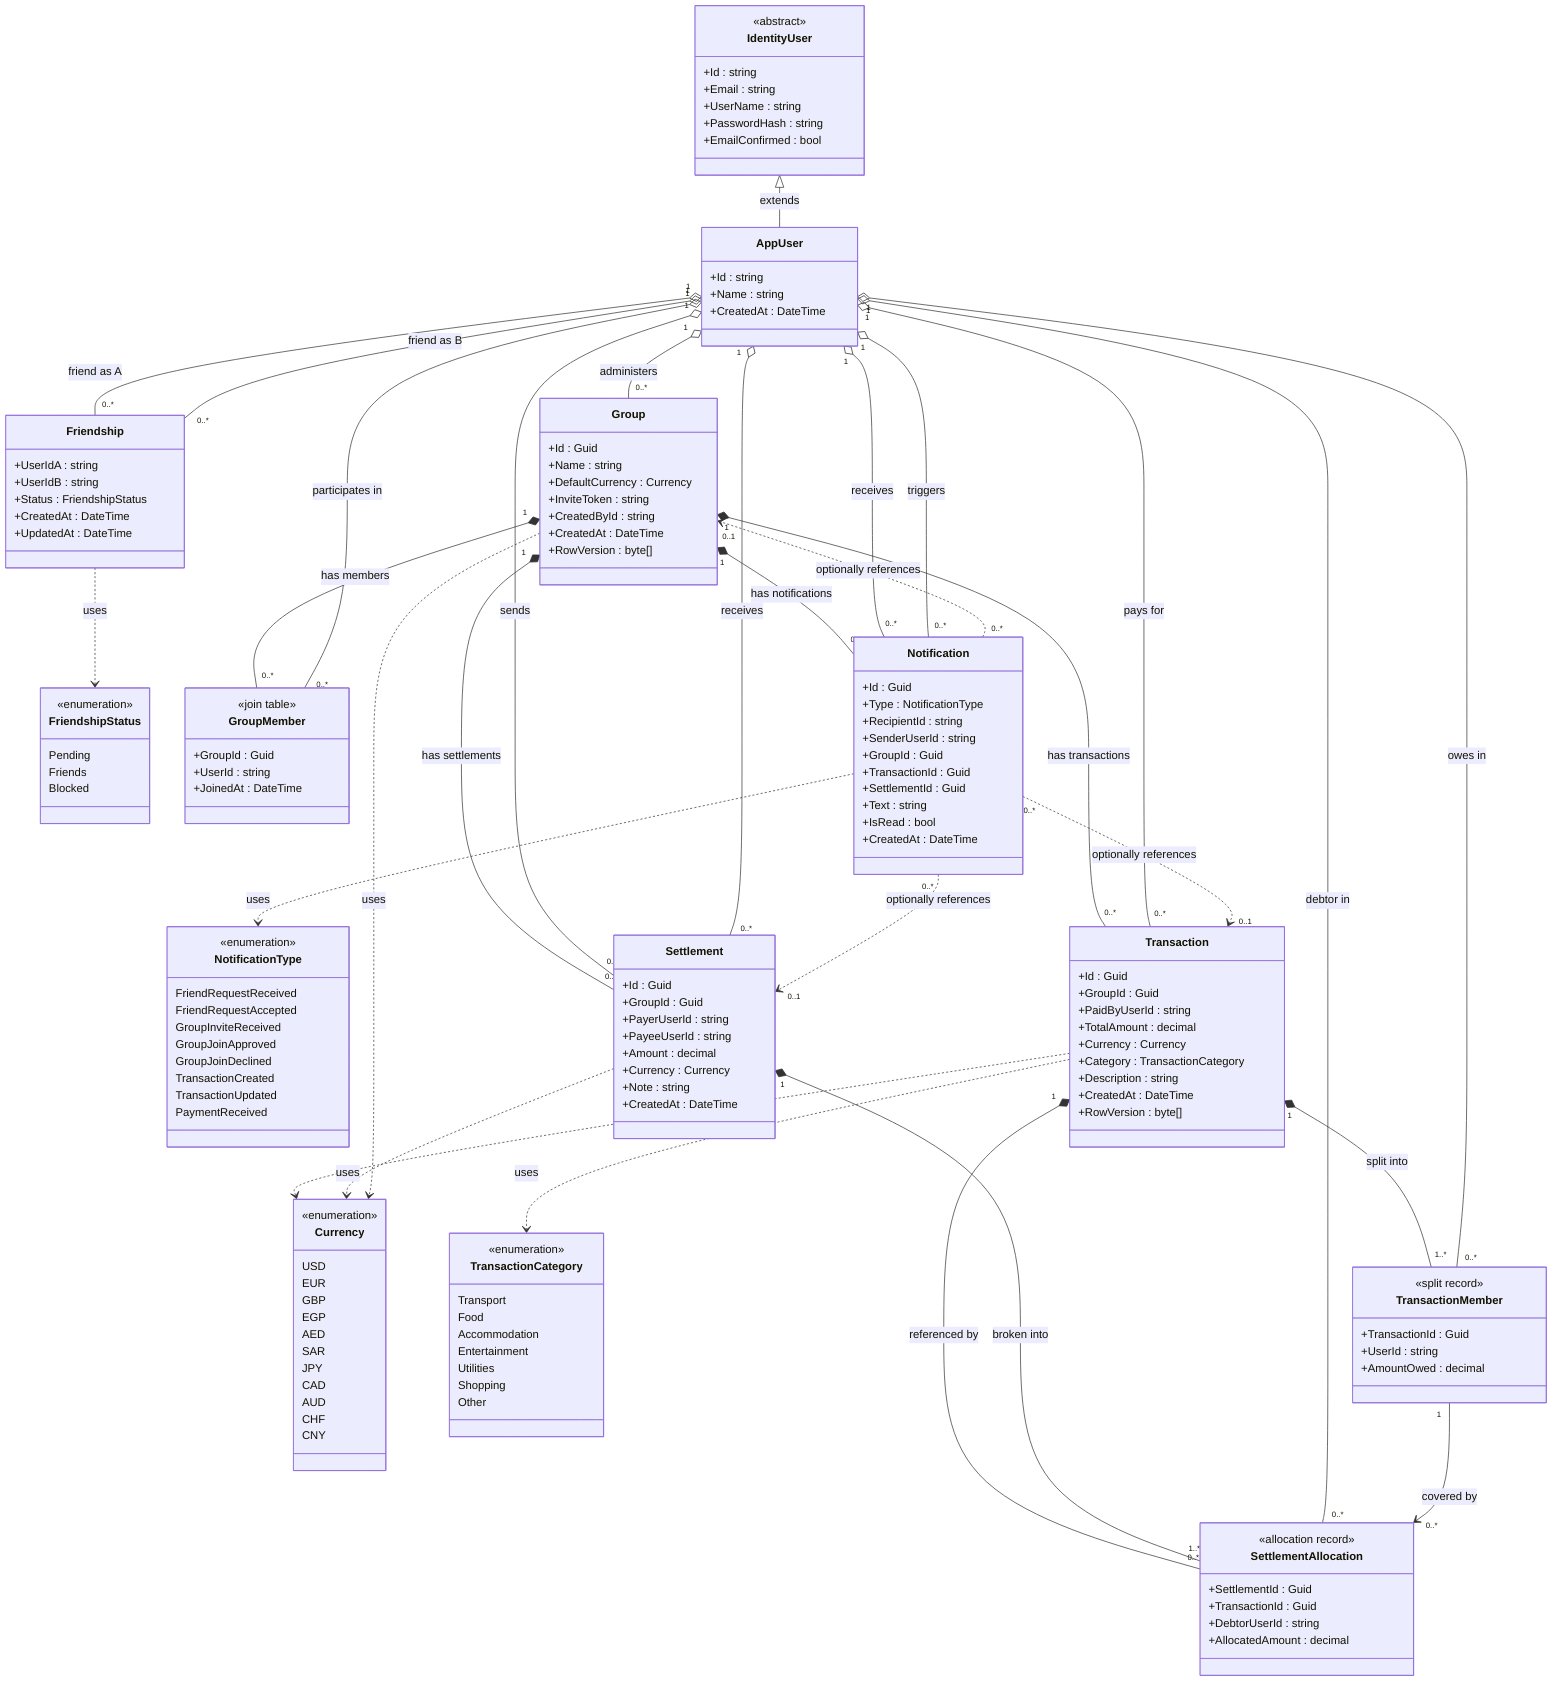
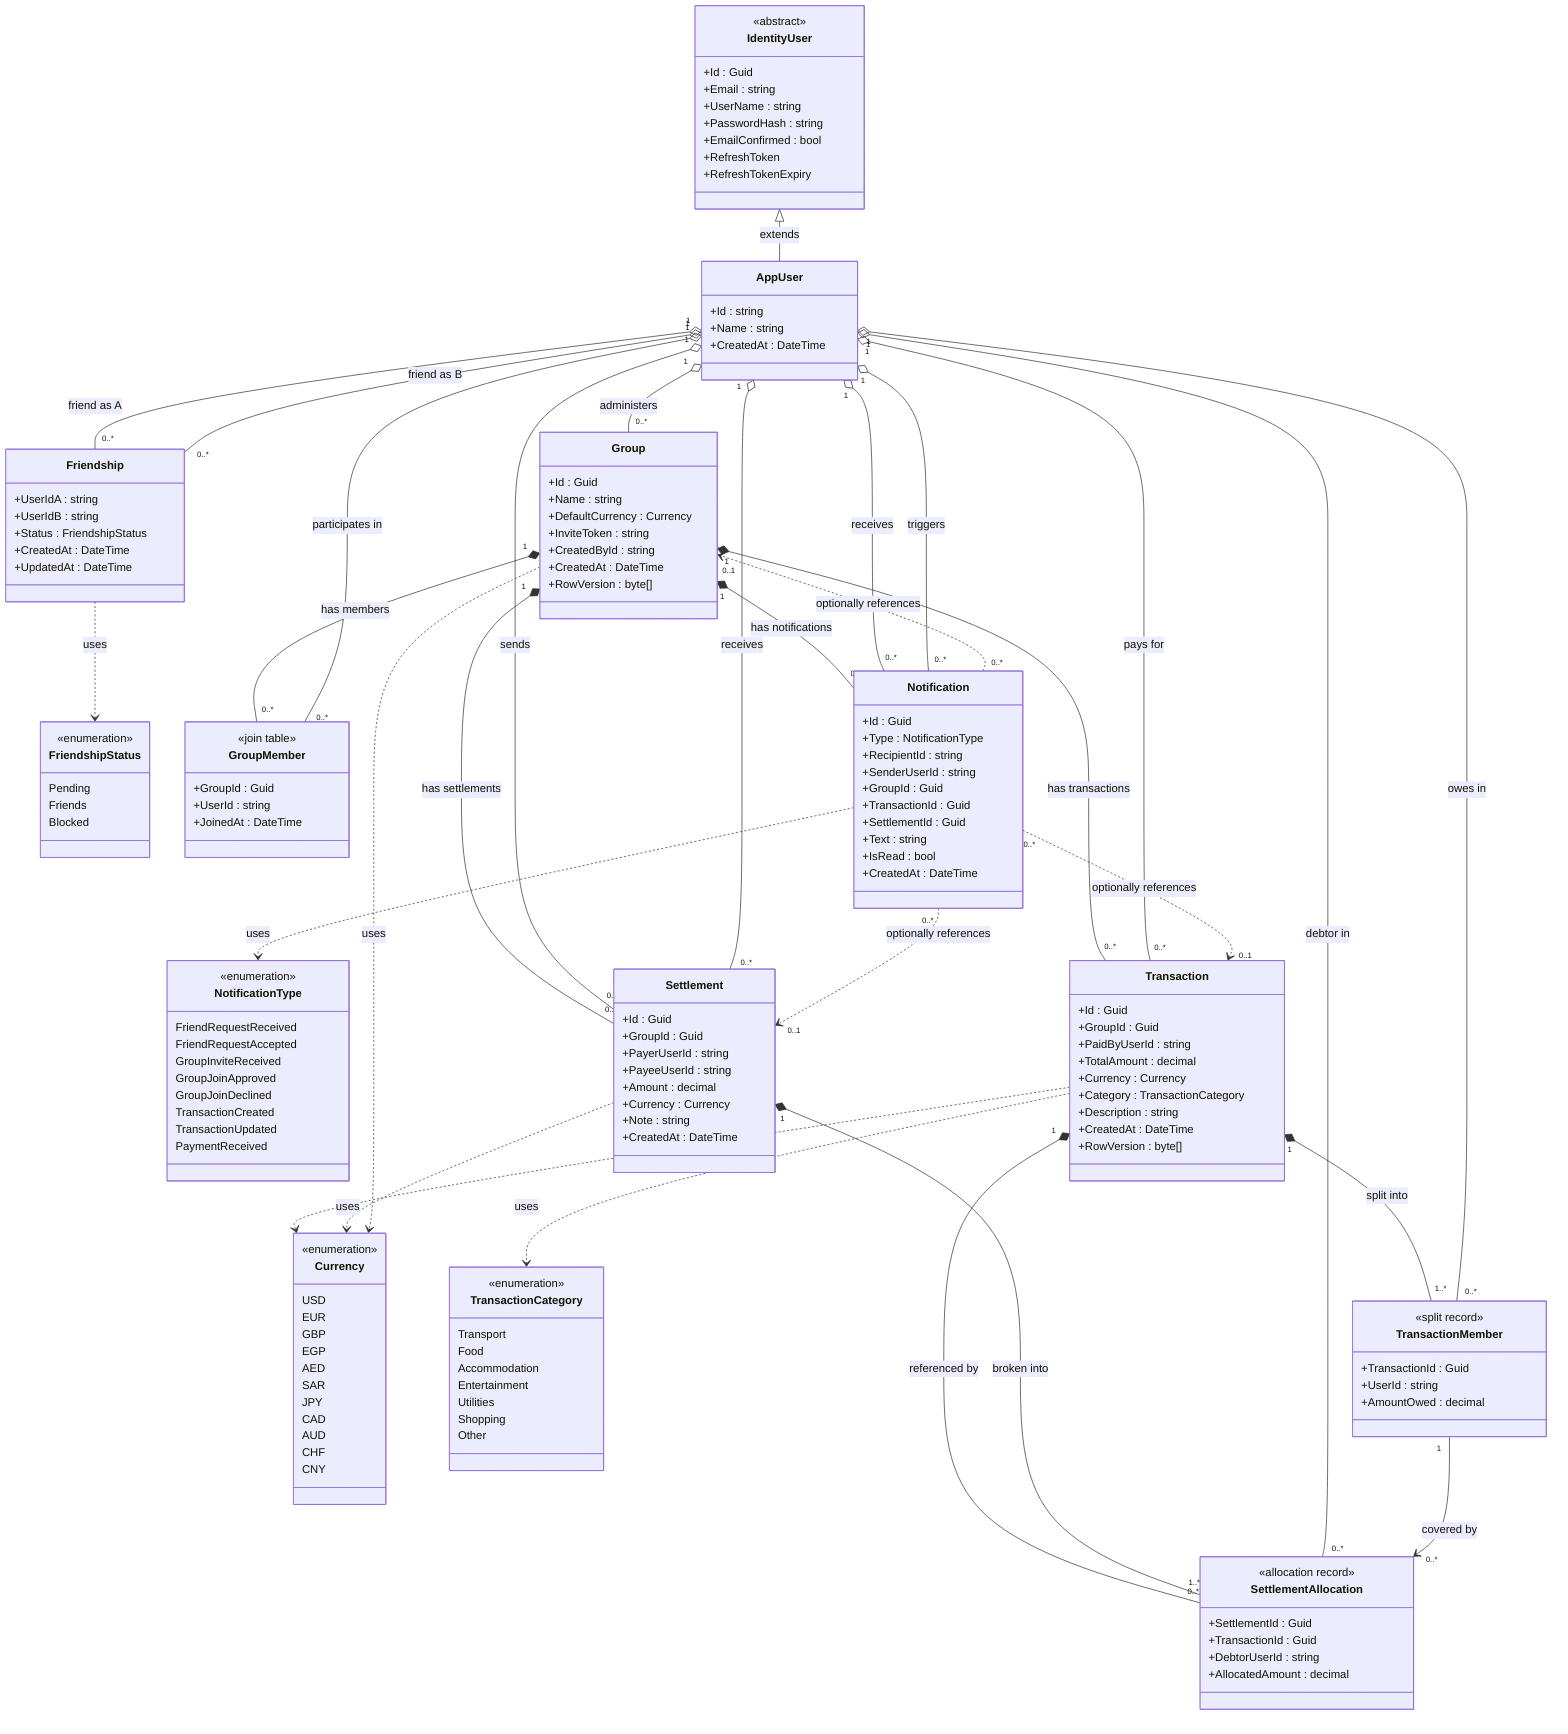
classDiagram

%% ─────────────────────────────────────────
%%  ENUMERATIONS
%% ─────────────────────────────────────────

class Currency {
    <<enumeration>>
    USD
    EUR
    GBP
    EGP
    AED
    SAR
    JPY
    CAD
    AUD
    CHF
    CNY
}

class TransactionCategory {
    <<enumeration>>
    Transport
    Food
    Accommodation
    Entertainment
    Utilities
    Shopping
    Other
}

class FriendshipStatus {
    <<enumeration>>
    Pending
    Friends
    Blocked
}

class NotificationType {
    <<enumeration>>
    FriendRequestReceived
    FriendRequestAccepted
    GroupInviteReceived
    GroupJoinApproved
    GroupJoinDeclined
    TransactionCreated
    TransactionUpdated
    PaymentReceived
}

%% ─────────────────────────────────────────
%%  IDENTITY
%% ─────────────────────────────────────────

class IdentityUser {
    <<abstract>>
-     +Id : string
+     +Id : Guid
    +Email : string
    +UserName : string
    +PasswordHash : string
    +EmailConfirmed : bool
+     +RefreshToken
+     +RefreshTokenExpiry
}

class AppUser {
    +Id : string
    +Name : string
    +CreatedAt : DateTime
}

%% ─────────────────────────────────────────
%%  DOMAIN ENTITIES
%% ─────────────────────────────────────────

class Group {
    +Id : Guid
    +Name : string
    +DefaultCurrency : Currency
    +InviteToken : string
    +CreatedById : string
    +CreatedAt : DateTime
    +RowVersion : byte[]
}

class GroupMember {
    <<join table>>
    +GroupId : Guid
    +UserId : string
    +JoinedAt : DateTime
}

class Friendship {
    +UserIdA : string
    +UserIdB : string
    +Status : FriendshipStatus
    +CreatedAt : DateTime
    +UpdatedAt : DateTime
}

class Transaction {
    +Id : Guid
    +GroupId : Guid
    +PaidByUserId : string
    +TotalAmount : decimal
    +Currency : Currency
    +Category : TransactionCategory
    +Description : string
    +CreatedAt : DateTime
    +RowVersion : byte[]
}

class TransactionMember {
    <<split record>>
    +TransactionId : Guid
    +UserId : string
    +AmountOwed : decimal
}

class Settlement {
    +Id : Guid
    +GroupId : Guid
    +PayerUserId : string
    +PayeeUserId : string
    +Amount : decimal
    +Currency : Currency
    +Note : string
    +CreatedAt : DateTime
}

class SettlementAllocation {
    <<allocation record>>
    +SettlementId : Guid
    +TransactionId : Guid
    +DebtorUserId : string
    +AllocatedAmount : decimal
}

class Notification {
    +Id : Guid
    +Type : NotificationType
    +RecipientId : string
    +SenderUserId : string
    +GroupId : Guid
    +TransactionId : Guid
    +SettlementId : Guid
    +Text : string
    +IsRead : bool
    +CreatedAt : DateTime
}

%% ─────────────────────────────────────────
%%  INHERITANCE
%% ─────────────────────────────────────────

IdentityUser <|-- AppUser : extends

%% ─────────────────────────────────────────
%%  COMPOSITION
%%  Child lifecycle depends on parent
%%  (child is deleted when parent is deleted)
%% ─────────────────────────────────────────

Group "1" *-- "0..*" GroupMember : has members
Group "1" *-- "0..*" Transaction : has transactions
Group "1" *-- "0..*" Settlement : has settlements
Group "1" *-- "0..*" Notification : has notifications
Transaction "1" *-- "1..*" TransactionMember : split into
Transaction "1" *-- "0..*" SettlementAllocation : referenced by
Settlement "1" *-- "1..*" SettlementAllocation : broken into

%% ─────────────────────────────────────────
%%  AGGREGATION
%%  Child exists independently of parent
%% ─────────────────────────────────────────

AppUser "1" o-- "0..*" GroupMember : participates in
AppUser "1" o-- "0..*" Group : administers
AppUser "1" o-- "0..*" Transaction : pays for
AppUser "1" o-- "0..*" TransactionMember : owes in
AppUser "1" o-- "0..*" Settlement : sends
AppUser "1" o-- "0..*" Settlement : receives
AppUser "1" o-- "0..*" SettlementAllocation : debtor in
AppUser "1" o-- "0..*" Notification : receives
AppUser "1" o-- "0..*" Notification : triggers
AppUser "1" o-- "0..*" Friendship : friend as A
AppUser "1" o-- "0..*" Friendship : friend as B

%% ─────────────────────────────────────────
%%  ASSOCIATION
%%  SettlementAllocation → TransactionMember
%%  (composite FK link — not a lifecycle dependency)
%% ─────────────────────────────────────────

TransactionMember "1" --> "0..*" SettlementAllocation : covered by

%% ─────────────────────────────────────────
%%  DEPENDENCY
%%  Optional references on Notification
%% ─────────────────────────────────────────

Notification "0..*" ..> "0..1" Transaction : optionally references
Notification "0..*" ..> "0..1" Settlement : optionally references
Notification "0..*" ..> "0..1" Group : optionally references

%% ─────────────────────────────────────────
%%  ENUM USAGE
%% ─────────────────────────────────────────

Transaction ..> Currency : uses
Transaction ..> TransactionCategory : uses
Settlement ..> Currency : uses
Group ..> Currency : uses
Friendship ..> FriendshipStatus : uses
Notification ..> NotificationType : uses
